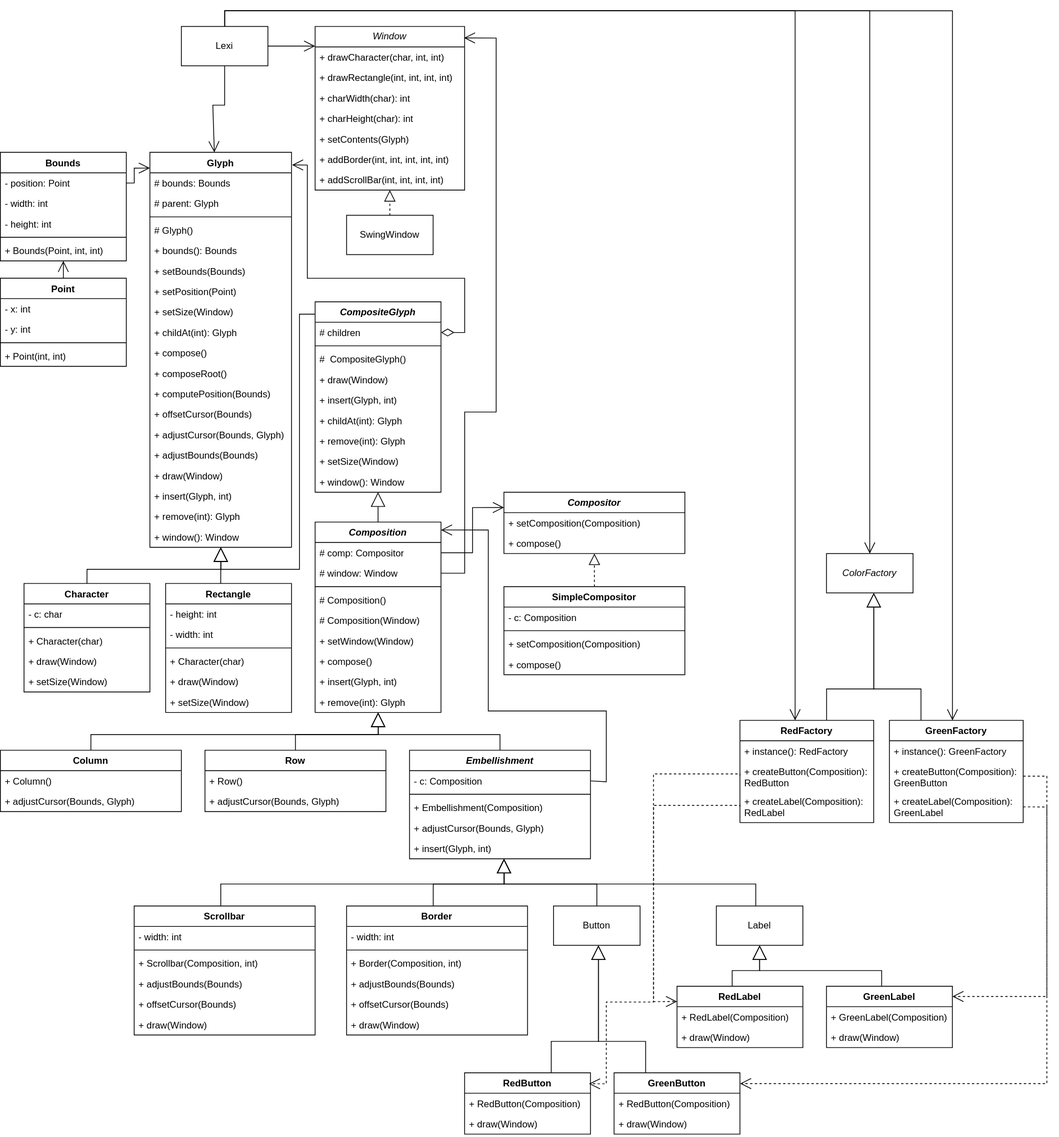
Above: UML.svg in IsaacHager/CS472-Lexi (draw.io), before the change. Source tidied: cells renumbered, new cells last; positions are measured from the earlier drawing's top-left corner, leaving out a move shared by most shapes.
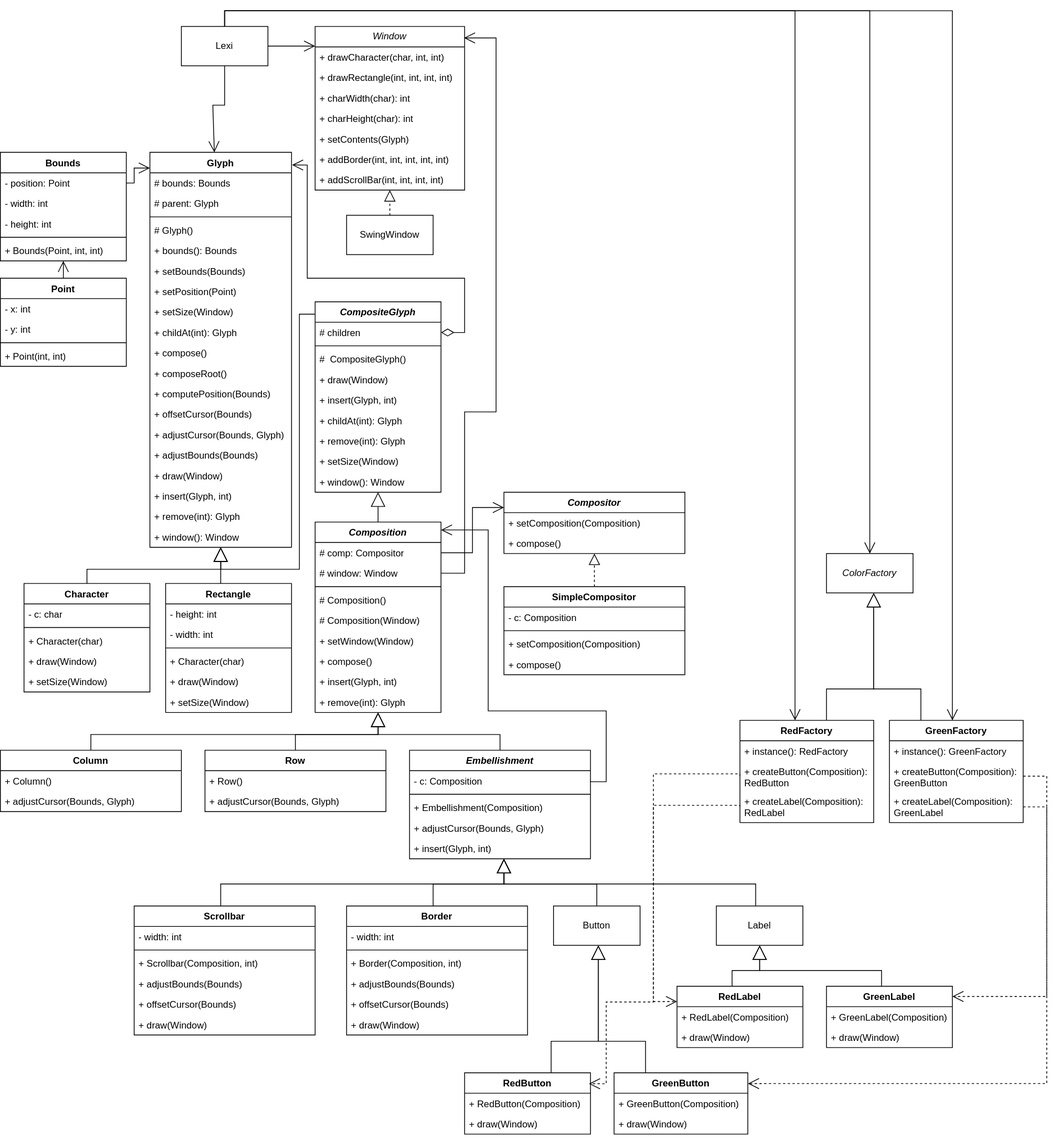
Above is the later version.

Diff of the diagram source:
```diff
@@ -474,13 +474,13 @@
       <mxGeometry y="52" width="160" height="26" as="geometry" />
     </mxCell>
     <mxCell id="134" value="GreenButton" style="swimlane;fontStyle=1;align=center;verticalAlign=top;horizontal=1;startSize=26;whiteSpace=wrap;html=1;" parent="1" vertex="1">
-      <mxGeometry x="780" y="1350" width="160" height="78" as="geometry" />
+      <mxGeometry x="780" y="1350" width="170" height="78" as="geometry" />
     </mxCell>
-    <mxCell id="135" value="+ RedButton(Composition)" style="text;strokeColor=none;fillColor=none;align=left;verticalAlign=top;spacingLeft=4;spacingRight=4;overflow=hidden;whiteSpace=wrap;html=1;" parent="134" vertex="1">
-      <mxGeometry y="26" width="160" height="26" as="geometry" />
+    <mxCell id="135" value="+ GreenButton(Composition)" style="text;strokeColor=none;fillColor=none;align=left;verticalAlign=top;spacingLeft=4;spacingRight=4;overflow=hidden;whiteSpace=wrap;html=1;" parent="134" vertex="1">
+      <mxGeometry y="26" width="170" height="26" as="geometry" />
     </mxCell>
     <mxCell id="136" value="+ draw(Window)" style="text;strokeColor=none;fillColor=none;align=left;verticalAlign=top;spacingLeft=4;spacingRight=4;overflow=hidden;whiteSpace=wrap;html=1;" parent="134" vertex="1">
-      <mxGeometry y="52" width="160" height="26" as="geometry" />
+      <mxGeometry y="52" width="170" height="26" as="geometry" />
     </mxCell>
     <mxCell id="137" value="RedLabel" style="swimlane;fontStyle=1;align=center;verticalAlign=top;horizontal=1;startSize=26;whiteSpace=wrap;html=1;" parent="1" vertex="1">
       <mxGeometry x="860" y="1240" width="160" height="78" as="geometry" />
```
